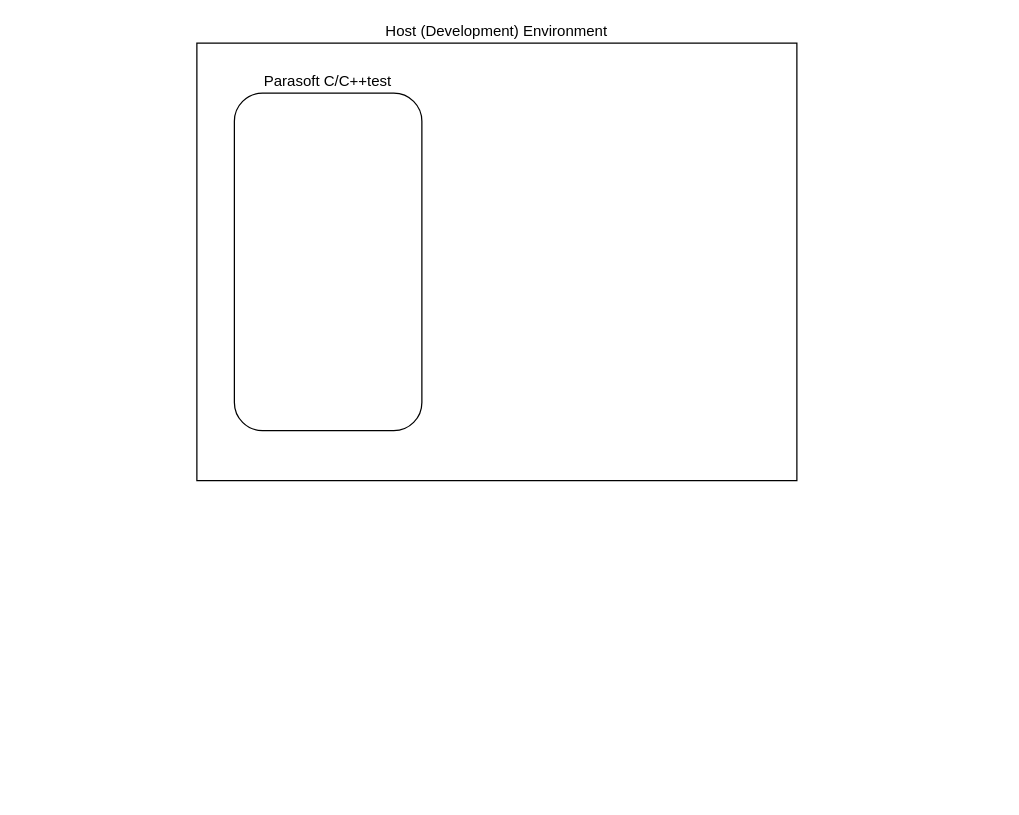
Above: cpptest-testing-diagrams.drawio in gtrofimov/draw-io-projects (draw.io), before the change. Source tidied: cells renumbered, new cells numbered last; positions are measured from the earlier drawing's top-left corner, leaving out a move shared by most shapes. Both pictures are drawn from the tidied source at 125%, with x=0, y=0 at pixel (196, 42). Pictures stored in the file or linked from it are replaced by grey dashed boxes.
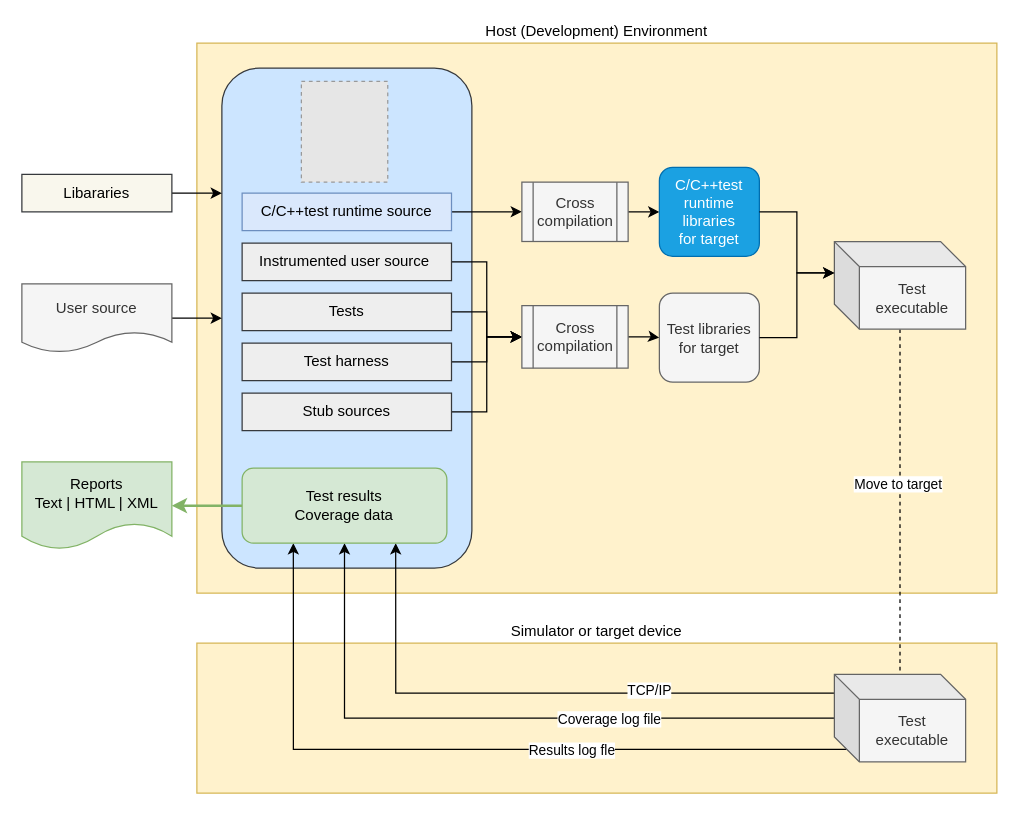
Above is the later version.

Change to the diagram source:
```diff
@@
+    <mxCell id="4" value="Simulator or target device" style="rounded=0;whiteSpace=wrap;html=1;labelPosition=center;verticalLabelPosition=top;align=center;verticalAlign=bottom;fillColor=#fff2cc;strokeColor=#d6b656;" parent="1" vertex="1">
+      <mxGeometry y="480" width="640" height="120" as="geometry" />
+    </mxCell>
-    <mxCell id="2" value="Host (Development) Environment" style="rounded=0;whiteSpace=wrap;html=1;labelPosition=center;verticalLabelPosition=top;align=center;verticalAlign=bottom;" parent="1" vertex="1">
-      <mxGeometry width="480" height="350" as="geometry" />
+    <mxCell id="2" value="Host (Development) Environment" style="rounded=0;whiteSpace=wrap;html=1;labelPosition=center;verticalLabelPosition=top;align=center;verticalAlign=bottom;fillColor=#fff2cc;strokeColor=#d6b656;" parent="1" vertex="1">
+      <mxGeometry width="640" height="440" as="geometry" />
     </mxCell>
-    <mxCell id="3" value="Parasoft C/C++test" style="rounded=1;whiteSpace=wrap;html=1;labelPosition=center;verticalLabelPosition=top;align=center;verticalAlign=bottom;" parent="1" vertex="1">
-      <mxGeometry x="30" y="40" width="150" height="270" as="geometry" />
+    <mxCell id="3" style="rounded=1;whiteSpace=wrap;html=1;labelPosition=center;verticalLabelPosition=top;align=center;verticalAlign=bottom;fillColor=#cce5ff;strokeColor=#36393d;" parent="1" vertex="1">
+      <mxGeometry x="20" y="20" width="200" height="400" as="geometry" />
     </mxCell>
+    <mxCell id="5" style="edgeStyle=orthogonalEdgeStyle;rounded=0;jettySize=auto;html=1;entryX=0;entryY=0.5;entryDx=0;entryDy=0;" parent="1" edge="1" source="6" target="14">
+      <mxGeometry relative="1" as="geometry" />
+    </mxCell>
+    <mxCell id="6" value="C/C++test runtime source" style="rounded=0;whiteSpace=wrap;html=1;fillColor=#dae8fc;strokeColor=#6c8ebf;" parent="1" vertex="1">
+      <mxGeometry x="36.2" y="120" width="167.5" height="30" as="geometry" />
+    </mxCell>
+    <mxCell id="7" style="edgeStyle=orthogonalEdgeStyle;rounded=0;jettySize=auto;html=1;entryX=0;entryY=0.5;entryDx=0;entryDy=0;" parent="1" edge="1" source="8" target="18">
+      <mxGeometry relative="1" as="geometry" />
+    </mxCell>
+    <mxCell id="8" value="Instrumented user source&amp;nbsp;" style="rounded=0;whiteSpace=wrap;html=1;fillColor=#eeeeee;strokeColor=#36393d;" parent="1" vertex="1">
+      <mxGeometry x="36.2" y="160" width="167.5" height="30" as="geometry" />
+    </mxCell>
+    <mxCell id="9" style="edgeStyle=orthogonalEdgeStyle;rounded=0;jettySize=auto;html=1;entryX=0;entryY=0.5;entryDx=0;entryDy=0;" parent="1" edge="1" source="10" target="18">
+      <mxGeometry relative="1" as="geometry" />
+    </mxCell>
+    <mxCell id="10" value="Test harness" style="rounded=0;whiteSpace=wrap;html=1;fillColor=#eeeeee;strokeColor=#36393d;" parent="1" vertex="1">
+      <mxGeometry x="36.2" y="240" width="167.5" height="30" as="geometry" />
+    </mxCell>
+    <mxCell id="11" style="edgeStyle=orthogonalEdgeStyle;rounded=0;jettySize=auto;html=1;entryX=0;entryY=0.5;entryDx=0;entryDy=0;" parent="1" edge="1" source="12" target="18">
+      <mxGeometry relative="1" as="geometry" />
+    </mxCell>
+    <mxCell id="12" value="Stub sources" style="rounded=0;whiteSpace=wrap;html=1;fillColor=#eeeeee;strokeColor=#36393d;" parent="1" vertex="1">
+      <mxGeometry x="36.2" y="280" width="167.5" height="30" as="geometry" />
+    </mxCell>
+    <mxCell id="13" style="edgeStyle=orthogonalEdgeStyle;rounded=0;jettySize=auto;html=1;" parent="1" edge="1" source="14" target="19">
+      <mxGeometry relative="1" as="geometry" />
+    </mxCell>
+    <mxCell id="14" value="Cross compilation" style="shape=process;whiteSpace=wrap;html=1;backgroundOutline=1;fillColor=#f5f5f5;fontColor=#333333;strokeColor=#666666;" parent="1" vertex="1">
+      <mxGeometry x="260" y="111.2" width="85" height="47.5" as="geometry" />
+    </mxCell>
+    <mxCell id="15" style="edgeStyle=orthogonalEdgeStyle;rounded=0;jettySize=auto;html=1;entryX=0;entryY=0.5;entryDx=0;entryDy=0;" parent="1" edge="1" source="16" target="18">
+      <mxGeometry relative="1" as="geometry" />
+    </mxCell>
+    <mxCell id="16" value="Tests" style="rounded=0;whiteSpace=wrap;html=1;fillColor=#eeeeee;strokeColor=#36393d;" parent="1" vertex="1">
+      <mxGeometry x="36.2" y="200" width="167.5" height="30" as="geometry" />
+    </mxCell>
+    <mxCell id="17" style="edgeStyle=orthogonalEdgeStyle;rounded=0;jettySize=auto;html=1;" parent="1" edge="1" source="18" target="20">
+      <mxGeometry relative="1" as="geometry" />
+    </mxCell>
+    <mxCell id="18" value="Cross compilation" style="shape=process;whiteSpace=wrap;html=1;backgroundOutline=1;fillColor=#f5f5f5;fontColor=#333333;strokeColor=#666666;" parent="1" vertex="1">
+      <mxGeometry x="260" y="210" width="85" height="50" as="geometry" />
+    </mxCell>
+    <mxCell id="19" value="C/C++test runtime libraries&lt;div&gt;for target&lt;/div&gt;" style="rounded=1;whiteSpace=wrap;html=1;fillColor=#1ba1e2;strokeColor=#006EAF;fontColor=#ffffff;" parent="1" vertex="1">
+      <mxGeometry x="370" y="99.4" width="80" height="71.2" as="geometry" />
+    </mxCell>
+    <mxCell id="20" value="Test libraries&lt;div&gt;for target&lt;/div&gt;" style="rounded=1;whiteSpace=wrap;html=1;fillColor=#f5f5f5;fontColor=#333333;strokeColor=#666666;" parent="1" vertex="1">
+      <mxGeometry x="370" y="200" width="80" height="71.2" as="geometry" />
+    </mxCell>
+    <mxCell id="21" style="edgeStyle=orthogonalEdgeStyle;rounded=0;jettySize=auto;html=1;entryX=0;entryY=0.5;entryDx=0;entryDy=0;strokeWidth=1;" parent="1" edge="1" source="22" target="3">
+      <mxGeometry relative="1" as="geometry" />
+    </mxCell>
+    <mxCell id="22" value="User source" style="shape=document;whiteSpace=wrap;html=1;boundedLbl=1;fillColor=#f5f5f5;strokeColor=#666666;fontColor=#333333;" parent="1" vertex="1">
+      <mxGeometry x="-140" y="192.5" width="120" height="55" as="geometry" />
+    </mxCell>
+    <mxCell id="23" value="Reports&lt;div&gt;Text | HTML | XML&lt;/div&gt;" style="shape=document;whiteSpace=wrap;html=1;boundedLbl=1;fillColor=#d5e8d4;strokeColor=#82b366;" parent="1" vertex="1">
+      <mxGeometry x="-140" y="335" width="120" height="70" as="geometry" />
+    </mxCell>
+    <mxCell id="24" style="edgeStyle=orthogonalEdgeStyle;rounded=0;jettySize=auto;html=1;strokeWidth=1;dashed=1;endArrow=none;endFill=0;" parent="1" edge="1" source="26" target="37">
+      <mxGeometry relative="1" as="geometry" />
+    </mxCell>
+    <mxCell id="25" value="Move to target" style="edgeLabel;html=1;align=center;verticalAlign=middle;" parent="24" vertex="1">
+      <mxGeometry x="-0.1" y="-2" relative="1" as="geometry" />
+    </mxCell>
+    <mxCell id="26" value="Test executable" style="shape=cube;whiteSpace=wrap;html=1;boundedLbl=1;backgroundOutline=1;darkOpacity=0.05;darkOpacity2=0.1;fillColor=#f5f5f5;fontColor=#333333;strokeColor=#666666;" parent="1" vertex="1">
+      <mxGeometry x="510" y="158.8" width="105" height="70" as="geometry" />
+    </mxCell>
+    <mxCell id="27" style="edgeStyle=orthogonalEdgeStyle;rounded=0;jettySize=auto;html=1;entryX=0;entryY=0;entryDx=0;entryDy=25;entryPerimeter=0;" parent="1" edge="1" source="20" target="26">
+      <mxGeometry relative="1" as="geometry" />
+    </mxCell>
+    <mxCell id="28" style="edgeStyle=orthogonalEdgeStyle;rounded=0;jettySize=auto;html=1;entryX=0;entryY=0;entryDx=0;entryDy=25;entryPerimeter=0;" parent="1" edge="1" source="19" target="26">
+      <mxGeometry relative="1" as="geometry" />
+    </mxCell>
+    <mxCell id="29" style="edgeStyle=orthogonalEdgeStyle;rounded=0;jettySize=auto;html=1;entryX=0;entryY=0.25;entryDx=0;entryDy=0;strokeWidth=1;" parent="1" edge="1" source="30" target="3">
+      <mxGeometry relative="1" as="geometry" />
+    </mxCell>
+    <mxCell id="30" value="Libararies" style="rounded=0;whiteSpace=wrap;html=1;fillColor=#f9f7ed;strokeColor=#36393d;" parent="1" vertex="1">
+      <mxGeometry x="-140" y="105" width="120" height="30" as="geometry" />
+    </mxCell>
+    <mxCell id="31" style="edgeStyle=orthogonalEdgeStyle;rounded=0;jettySize=auto;html=1;entryX=0.5;entryY=1;entryDx=0;entryDy=0;" parent="1" edge="1" source="37" target="39">
+      <mxGeometry relative="1" as="geometry" />
+    </mxCell>
+    <mxCell id="32" value="Coverage log file" style="edgeLabel;html=1;align=center;verticalAlign=middle;" parent="31" vertex="1">
+      <mxGeometry x="-0.43" y="-4" relative="1" as="geometry">
+        <mxPoint x="-29" y="4" as="offset" />
+      </mxGeometry>
+    </mxCell>
+    <mxCell id="33" style="edgeStyle=orthogonalEdgeStyle;rounded=0;jettySize=auto;html=1;entryX=0.75;entryY=1;entryDx=0;entryDy=0;" parent="1" edge="1" source="37" target="39">
+      <mxGeometry relative="1" as="geometry">
+        <Array as="points">
+          <mxPoint x="159" y="520" />
+        </Array>
+      </mxGeometry>
+    </mxCell>
+    <mxCell id="34" value="TCP/IP" style="edgeLabel;html=1;align=center;verticalAlign=middle;" parent="33" vertex="1">
+      <mxGeometry x="-0.27" y="-3" relative="1" as="geometry">
+        <mxPoint x="23" as="offset" />
+      </mxGeometry>
+    </mxCell>
+    <mxCell id="35" style="edgeStyle=orthogonalEdgeStyle;rounded=0;jettySize=auto;html=1;exitX=0;exitY=0;exitDx=10;exitDy=60;exitPerimeter=0;entryX=0.25;entryY=1;entryDx=0;entryDy=0;" parent="1" edge="1" source="37" target="39">
+      <mxGeometry relative="1" as="geometry" />
+    </mxCell>
+    <mxCell id="36" value="Results log fle" style="edgeLabel;html=1;align=center;verticalAlign=middle;" parent="35" vertex="1">
+      <mxGeometry x="-0.31" relative="1" as="geometry">
+        <mxPoint x="-11" as="offset" />
+      </mxGeometry>
+    </mxCell>
+    <mxCell id="37" value="Test executable" style="shape=cube;whiteSpace=wrap;html=1;boundedLbl=1;backgroundOutline=1;darkOpacity=0.05;darkOpacity2=0.1;fillColor=#f5f5f5;fontColor=#333333;strokeColor=#666666;" parent="1" vertex="1">
+      <mxGeometry x="510" y="505" width="105" height="70" as="geometry" />
+    </mxCell>
+    <mxCell id="38" style="edgeStyle=orthogonalEdgeStyle;rounded=0;jettySize=auto;html=1;entryX=1;entryY=0.5;entryDx=0;entryDy=0;fillColor=#d5e8d4;strokeColor=#82b366;strokeWidth=2;" parent="1" edge="1" source="39" target="23">
+      <mxGeometry relative="1" as="geometry" />
+    </mxCell>
+    <mxCell id="39" value="Test results&lt;div&gt;Coverage data&lt;/div&gt;" style="rounded=1;whiteSpace=wrap;html=1;fillColor=#d5e8d4;strokeColor=#82b366;" parent="1" vertex="1">
+      <mxGeometry x="36.2" y="340" width="163.8" height="60" as="geometry" />
+    </mxCell>
+    <mxCell id="40" style="fillColor=#E6E6E6;strokeColor=#999999;dashed=1;verticalLabelPosition=bottom;verticalAlign=top;" parent="1" vertex="1">
+      <mxGeometry x="83.6" y="30.6" width="69.1" height="80.6" as="geometry" />
+    </mxCell>
```
